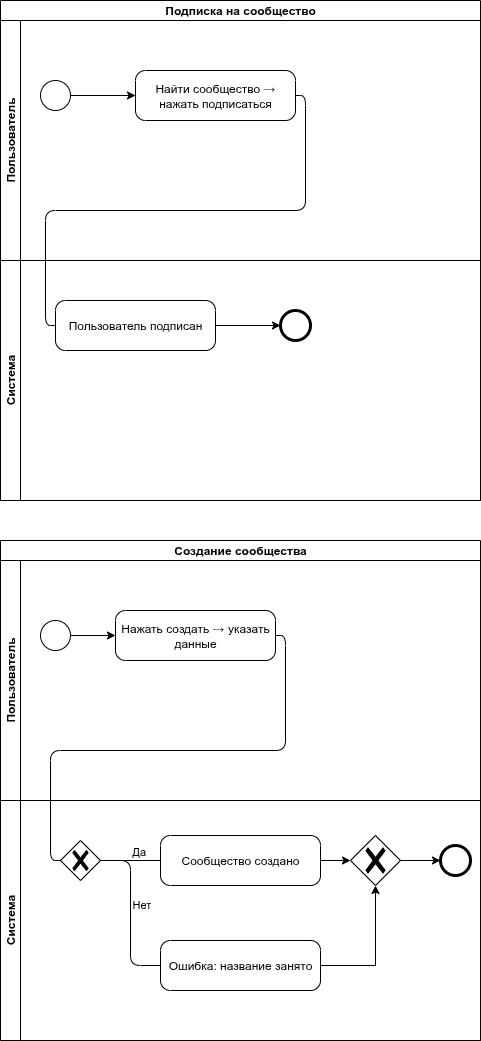
Deumir404/diploma keeps this draw.io diagram as Charts/IDEF0/Untitled Diagram-Page-6.drawio.png. Above is the earlier version. Source tidied: cells renumbered, new cells last; positions are measured from the earlier drawing's top-left corner, leaving out a move shared by most shapes. Source of this version:
```xml
<mxGraphModel>
  <root>
    <mxCell id="0" />
    <mxCell id="1" parent="0" />
    <mxCell id="2" value="Подписка на сообщество" style="swimlane;html=1;horizontal=1;startSize=20;whiteSpace=wrap;" parent="1" vertex="1">
      <mxGeometry width="480" height="500" as="geometry" />
    </mxCell>
    <mxCell id="3" value="Пользователь" style="swimlane;html=1;startSize=20;horizontal=0;" parent="2" vertex="1">
      <mxGeometry y="20" width="480" height="240" as="geometry" />
    </mxCell>
    <mxCell id="4" style="edgeStyle=orthogonalEdgeStyle;rounded=0;jettySize=auto;html=1;exitX=1;exitY=0.5;exitDx=0;exitDy=0;" parent="3" edge="1" source="5" target="6">
      <mxGeometry relative="1" as="geometry" />
    </mxCell>
    <mxCell id="5" style="shape=mxgraph.bpmn.shape;html=1;verticalLabelPosition=bottom;labelBackgroundColor=#ffffff;verticalAlign=top;perimeter=ellipsePerimeter;outlineConnect=0;outline=standard;symbol=general;" parent="3" vertex="1">
      <mxGeometry x="40" y="60" width="30" height="30" as="geometry" />
    </mxCell>
    <mxCell id="6" value="Найти сообщество → нажать подписаться" style="points=[[0.25,0,0],[0.5,0,0],[0.75,0,0],[1,0.25,0],[1,0.5,0],[1,0.75,0],[0.75,1,0],[0.5,1,0],[0.25,1,0],[0,0.75,0],[0,0.5,0],[0,0.25,0]];shape=mxgraph.bpmn.task2;whiteSpace=wrap;rectStyle=rounded;size=10;html=1;taskMarker=abstract;" parent="3" vertex="1">
      <mxGeometry x="135" y="50" width="160" height="50" as="geometry" />
    </mxCell>
    <mxCell id="7" value="Система" style="swimlane;html=1;startSize=20;horizontal=0;" parent="2" vertex="1">
      <mxGeometry y="260" width="480" height="240" as="geometry" />
    </mxCell>
    <mxCell id="8" style="edgeStyle=orthogonalEdgeStyle;rounded=0;jettySize=auto;html=1;exitX=1;exitY=0.5;exitDx=0;exitDy=0;exitPerimeter=0;entryX=0;entryY=0.5;entryDx=0;entryDy=0;" parent="7" edge="1" source="9" target="10">
      <mxGeometry relative="1" as="geometry" />
    </mxCell>
    <mxCell id="9" value="Пользователь подписан" style="points=[[0.25,0,0],[0.5,0,0],[0.75,0,0],[1,0.25,0],[1,0.5,0],[1,0.75,0],[0.75,1,0],[0.5,1,0],[0.25,1,0],[0,0.75,0],[0,0.5,0],[0,0.25,0]];shape=mxgraph.bpmn.task2;whiteSpace=wrap;rectStyle=rounded;size=10;html=1;taskMarker=abstract;" parent="7" vertex="1">
      <mxGeometry x="55" y="40" width="160" height="50" as="geometry" />
    </mxCell>
    <mxCell id="10" style="shape=mxgraph.bpmn.shape;html=1;verticalLabelPosition=bottom;labelBackgroundColor=#ffffff;verticalAlign=top;perimeter=ellipsePerimeter;outlineConnect=0;outline=end;symbol=general;" parent="7" vertex="1">
      <mxGeometry x="280" y="50" width="30" height="30" as="geometry" />
    </mxCell>
    <mxCell id="11" style="edgeStyle=orthogonalEdgeStyle;html=1;verticalAlign=bottom;endArrow=none;endSize=12;exitX=1;exitY=0.5;entryX=0;entryY=0.5;entryDx=0;entryDy=0;entryPerimeter=0;" parent="2" edge="1" source="6" target="9">
      <mxGeometry relative="1" as="geometry" />
    </mxCell>
    <mxCell id="12" value="Создание сообщества" style="swimlane;html=1;horizontal=1;startSize=20;whiteSpace=wrap;" parent="1" vertex="1">
      <mxGeometry y="540" width="480" height="500" as="geometry" />
    </mxCell>
    <mxCell id="13" value="Пользователь" style="swimlane;html=1;startSize=20;horizontal=0;" parent="12" vertex="1">
      <mxGeometry y="20" width="480" height="240" as="geometry" />
    </mxCell>
    <mxCell id="14" style="edgeStyle=orthogonalEdgeStyle;rounded=0;jettySize=auto;html=1;exitX=1;exitY=0.5;exitDx=0;exitDy=0;" parent="13" edge="1" source="15" target="16">
      <mxGeometry relative="1" as="geometry" />
    </mxCell>
    <mxCell id="15" style="shape=mxgraph.bpmn.shape;html=1;verticalLabelPosition=bottom;labelBackgroundColor=#ffffff;verticalAlign=top;perimeter=ellipsePerimeter;outlineConnect=0;outline=standard;symbol=general;" parent="13" vertex="1">
      <mxGeometry x="40" y="60" width="30" height="30" as="geometry" />
    </mxCell>
    <mxCell id="16" value="Нажать создать → указать данные" style="points=[[0.25,0,0],[0.5,0,0],[0.75,0,0],[1,0.25,0],[1,0.5,0],[1,0.75,0],[0.75,1,0],[0.5,1,0],[0.25,1,0],[0,0.75,0],[0,0.5,0],[0,0.25,0]];shape=mxgraph.bpmn.task2;whiteSpace=wrap;rectStyle=rounded;size=10;html=1;taskMarker=abstract;" parent="13" vertex="1">
      <mxGeometry x="115" y="50" width="160" height="50" as="geometry" />
    </mxCell>
    <mxCell id="17" value="Система" style="swimlane;html=1;startSize=20;horizontal=0;" parent="12" vertex="1">
      <mxGeometry y="260" width="480" height="240" as="geometry" />
    </mxCell>
    <mxCell id="18" style="shape=mxgraph.bpmn.gateway2;html=1;verticalLabelPosition=bottom;labelBackgroundColor=#ffffff;verticalAlign=top;background=general;points=[[0.25,0.25,0],[0.5,0,0],[0.75,0.25,0],[1,0.5,0],[0.75,0.75,0],[0.5,1,0],[0.25,0.75,0],[0,0.5,0]];perimeter=rhombusPerimeter;outlineConnect=0;outline=none;symbol=none;gwType=exclusive;" parent="17" vertex="1">
      <mxGeometry x="60" y="40" width="40" height="40" as="geometry" />
    </mxCell>
    <mxCell id="19" value="Сообщество создано" style="points=[[0.25,0,0],[0.5,0,0],[0.75,0,0],[1,0.25,0],[1,0.5,0],[1,0.75,0],[0.75,1,0],[0.5,1,0],[0.25,1,0],[0,0.75,0],[0,0.5,0],[0,0.25,0]];shape=mxgraph.bpmn.task2;whiteSpace=wrap;rectStyle=rounded;size=10;html=1;taskMarker=abstract;" parent="17" vertex="1">
      <mxGeometry x="160" y="35" width="160" height="50" as="geometry" />
    </mxCell>
    <mxCell id="20" value="Ошибка: название занято" style="points=[[0.25,0,0],[0.5,0,0],[0.75,0,0],[1,0.25,0],[1,0.5,0],[1,0.75,0],[0.75,1,0],[0.5,1,0],[0.25,1,0],[0,0.75,0],[0,0.5,0],[0,0.25,0]];shape=mxgraph.bpmn.task2;whiteSpace=wrap;rectStyle=rounded;size=10;html=1;taskMarker=abstract;" parent="17" vertex="1">
      <mxGeometry x="160" y="140" width="160" height="50" as="geometry" />
    </mxCell>
    <mxCell id="21" style="shape=mxgraph.bpmn.shape;html=1;verticalLabelPosition=bottom;labelBackgroundColor=#ffffff;verticalAlign=top;perimeter=ellipsePerimeter;outlineConnect=0;outline=end;symbol=general;" parent="17" vertex="1">
      <mxGeometry x="440" y="45" width="30" height="30" as="geometry" />
    </mxCell>
    <mxCell id="22" value="Да" style="edgeStyle=orthogonalEdgeStyle;html=1;align=left;verticalAlign=bottom;endArrow=none;endSize=12;exitX=1;exitY=0.5;entryX=0;entryY=0.5;" parent="17" edge="1" source="18" target="19">
      <mxGeometry relative="1" as="geometry" />
    </mxCell>
    <mxCell id="23" value="Нет" style="edgeStyle=orthogonalEdgeStyle;html=1;align=left;verticalAlign=bottom;endArrow=none;endSize=12;exitX=1;exitY=0.5;entryX=0;entryY=0.5;" parent="17" edge="1" source="18" target="20">
      <mxGeometry relative="1" as="geometry" />
    </mxCell>
    <mxCell id="24" style="edgeStyle=orthogonalEdgeStyle;rounded=0;jettySize=auto;html=1;exitX=1;exitY=0.5;exitDx=0;exitDy=0;exitPerimeter=0;entryX=0;entryY=0.5;entryDx=0;entryDy=0;" parent="17" edge="1" source="25" target="21">
      <mxGeometry relative="1" as="geometry" />
    </mxCell>
    <mxCell id="25" style="points=[[0.25,0.25,0],[0.5,0,0],[0.75,0.25,0],[1,0.5,0],[0.75,0.75,0],[0.5,1,0],[0.25,0.75,0],[0,0.5,0]];shape=mxgraph.bpmn.gateway2;html=1;verticalLabelPosition=bottom;labelBackgroundColor=#ffffff;verticalAlign=top;align=center;perimeter=rhombusPerimeter;outlineConnect=0;outline=none;symbol=none;gwType=exclusive;" parent="17" vertex="1">
      <mxGeometry x="350" y="35" width="50" height="50" as="geometry" />
    </mxCell>
    <mxCell id="26" style="edgeStyle=orthogonalEdgeStyle;rounded=0;jettySize=auto;html=1;exitX=1;exitY=0.5;exitDx=0;exitDy=0;exitPerimeter=0;entryX=0;entryY=0.5;entryDx=0;entryDy=0;entryPerimeter=0;" parent="17" edge="1" source="19" target="25">
      <mxGeometry relative="1" as="geometry" />
    </mxCell>
    <mxCell id="27" style="edgeStyle=orthogonalEdgeStyle;rounded=0;jettySize=auto;html=1;exitX=1;exitY=0.5;exitDx=0;exitDy=0;exitPerimeter=0;entryX=0.5;entryY=1;entryDx=0;entryDy=0;entryPerimeter=0;" parent="17" edge="1" source="20" target="25">
      <mxGeometry relative="1" as="geometry" />
    </mxCell>
    <mxCell id="28" style="edgeStyle=orthogonalEdgeStyle;html=1;verticalAlign=bottom;endArrow=none;endSize=12;exitX=1;exitY=0.5;entryX=0;entryY=0.5;" parent="12" edge="1" source="16" target="18">
      <mxGeometry relative="1" as="geometry" />
    </mxCell>
  </root>
</mxGraphModel>
```
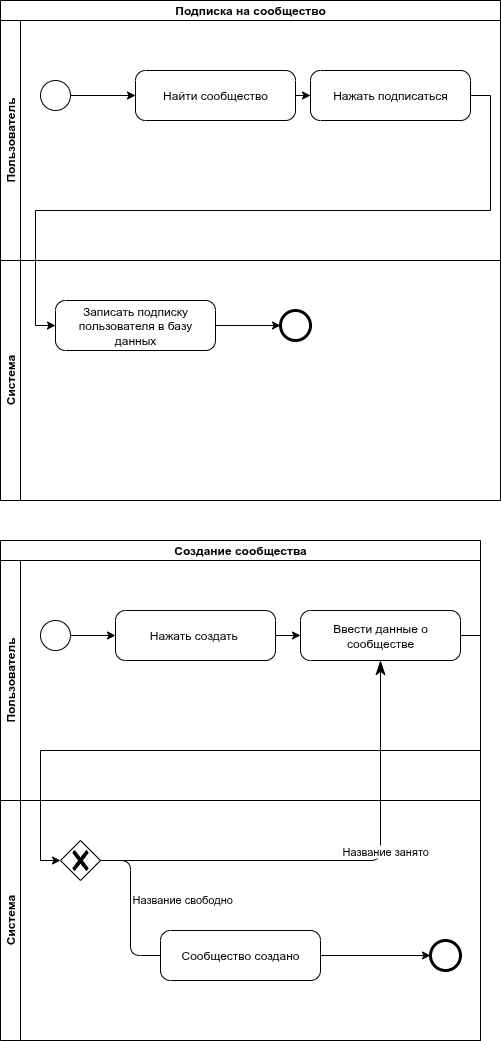
Above is the later version.

Change to the diagram source:
```diff
@@ -3,10 +3,10 @@
     <mxCell id="0" />
     <mxCell id="1" parent="0" />
     <mxCell id="2" value="Подписка на сообщество" style="swimlane;html=1;horizontal=1;startSize=20;whiteSpace=wrap;" parent="1" vertex="1">
-      <mxGeometry width="480" height="500" as="geometry" />
+      <mxGeometry width="500" height="500" as="geometry" />
     </mxCell>
     <mxCell id="3" value="Пользователь" style="swimlane;html=1;startSize=20;horizontal=0;" parent="2" vertex="1">
-      <mxGeometry y="20" width="480" height="240" as="geometry" />
+      <mxGeometry y="20" width="500" height="240" as="geometry" />
     </mxCell>
     <mxCell id="4" style="edgeStyle=orthogonalEdgeStyle;rounded=0;jettySize=auto;html=1;exitX=1;exitY=0.5;exitDx=0;exitDy=0;" parent="3" edge="1" source="5" target="6">
       <mxGeometry relative="1" as="geometry" />
@@ -14,24 +14,32 @@
     <mxCell id="5" style="shape=mxgraph.bpmn.shape;html=1;verticalLabelPosition=bottom;labelBackgroundColor=#ffffff;verticalAlign=top;perimeter=ellipsePerimeter;outlineConnect=0;outline=standard;symbol=general;" parent="3" vertex="1">
       <mxGeometry x="40" y="60" width="30" height="30" as="geometry" />
     </mxCell>
+    <mxCell id="29" style="edgeStyle=orthogonalEdgeStyle;rounded=0;jettySize=auto;html=1;exitX=1;exitY=0.5;exitDx=0;exitDy=0;exitPerimeter=0;" parent="3" edge="1" source="6" target="30">
+      <mxGeometry relative="1" as="geometry" />
+    </mxCell>
-    <mxCell id="6" value="Найти сообщество → нажать подписаться" style="points=[[0.25,0,0],[0.5,0,0],[0.75,0,0],[1,0.25,0],[1,0.5,0],[1,0.75,0],[0.75,1,0],[0.5,1,0],[0.25,1,0],[0,0.75,0],[0,0.5,0],[0,0.25,0]];shape=mxgraph.bpmn.task2;whiteSpace=wrap;rectStyle=rounded;size=10;html=1;taskMarker=abstract;" parent="3" vertex="1">
+    <mxCell id="6" value="Найти сообщество" style="points=[[0.25,0,0],[0.5,0,0],[0.75,0,0],[1,0.25,0],[1,0.5,0],[1,0.75,0],[0.75,1,0],[0.5,1,0],[0.25,1,0],[0,0.75,0],[0,0.5,0],[0,0.25,0]];shape=mxgraph.bpmn.task2;whiteSpace=wrap;rectStyle=rounded;size=10;html=1;taskMarker=abstract;" parent="3" vertex="1">
       <mxGeometry x="135" y="50" width="160" height="50" as="geometry" />
     </mxCell>
+    <mxCell id="30" value="Нажать подписаться" style="points=[[0.25,0,0],[0.5,0,0],[0.75,0,0],[1,0.25,0],[1,0.5,0],[1,0.75,0],[0.75,1,0],[0.5,1,0],[0.25,1,0],[0,0.75,0],[0,0.5,0],[0,0.25,0]];shape=mxgraph.bpmn.task2;whiteSpace=wrap;rectStyle=rounded;size=10;html=1;taskMarker=abstract;" parent="3" vertex="1">
+      <mxGeometry x="310" y="50" width="160" height="50" as="geometry" />
+    </mxCell>
     <mxCell id="7" value="Система" style="swimlane;html=1;startSize=20;horizontal=0;" parent="2" vertex="1">
-      <mxGeometry y="260" width="480" height="240" as="geometry" />
+      <mxGeometry y="260" width="500" height="240" as="geometry" />
     </mxCell>
-    <mxCell id="8" style="edgeStyle=orthogonalEdgeStyle;rounded=0;jettySize=auto;html=1;exitX=1;exitY=0.5;exitDx=0;exitDy=0;exitPerimeter=0;entryX=0;entryY=0.5;entryDx=0;entryDy=0;" parent="7" edge="1" source="9" target="10">
-      <mxGeometry relative="1" as="geometry" />
+    <mxCell id="8" style="edgeStyle=orthogonalEdgeStyle;rounded=0;jettySize=auto;html=1;exitX=1;exitY=0.5;exitDx=0;exitDy=0;exitPerimeter=0;entryX=0;entryY=0.5;entryDx=0;entryDy=0;" parent="7" edge="1" target="10">
+      <mxGeometry relative="1" as="geometry">
+        <mxPoint x="215" y="65" as="sourcePoint" />
+      </mxGeometry>
     </mxCell>
-    <mxCell id="9" value="Пользователь подписан" style="points=[[0.25,0,0],[0.5,0,0],[0.75,0,0],[1,0.25,0],[1,0.5,0],[1,0.75,0],[0.75,1,0],[0.5,1,0],[0.25,1,0],[0,0.75,0],[0,0.5,0],[0,0.25,0]];shape=mxgraph.bpmn.task2;whiteSpace=wrap;rectStyle=rounded;size=10;html=1;taskMarker=abstract;" parent="7" vertex="1">
-      <mxGeometry x="55" y="40" width="160" height="50" as="geometry" />
-    </mxCell>
     <mxCell id="10" style="shape=mxgraph.bpmn.shape;html=1;verticalLabelPosition=bottom;labelBackgroundColor=#ffffff;verticalAlign=top;perimeter=ellipsePerimeter;outlineConnect=0;outline=end;symbol=general;" parent="7" vertex="1">
       <mxGeometry x="280" y="50" width="30" height="30" as="geometry" />
     </mxCell>
-    <mxCell id="11" style="edgeStyle=orthogonalEdgeStyle;html=1;verticalAlign=bottom;endArrow=none;endSize=12;exitX=1;exitY=0.5;entryX=0;entryY=0.5;entryDx=0;entryDy=0;entryPerimeter=0;" parent="2" edge="1" source="6" target="9">
-      <mxGeometry relative="1" as="geometry" />
-    </mxCell>
+    <mxCell id="31" value="Записать подписку пользователя в базу данных" style="points=[[0.25,0,0],[0.5,0,0],[0.75,0,0],[1,0.25,0],[1,0.5,0],[1,0.75,0],[0.75,1,0],[0.5,1,0],[0.25,1,0],[0,0.75,0],[0,0.5,0],[0,0.25,0]];shape=mxgraph.bpmn.task2;whiteSpace=wrap;rectStyle=rounded;size=10;html=1;taskMarker=abstract;" parent="7" vertex="1">
+      <mxGeometry x="55" y="40" width="160" height="50" as="geometry" />
+    </mxCell>
+    <mxCell id="32" style="edgeStyle=orthogonalEdgeStyle;rounded=0;jettySize=auto;html=1;exitX=1;exitY=0.5;exitDx=0;exitDy=0;exitPerimeter=0;entryX=0;entryY=0.5;entryDx=0;entryDy=0;entryPerimeter=0;" parent="2" edge="1" source="30" target="31">
+      <mxGeometry relative="1" as="geometry" />
+    </mxCell>
     <mxCell id="12" value="Создание сообщества" style="swimlane;html=1;horizontal=1;startSize=20;whiteSpace=wrap;" parent="1" vertex="1">
       <mxGeometry y="540" width="480" height="500" as="geometry" />
     </mxCell>
@@ -44,44 +52,38 @@
     <mxCell id="15" style="shape=mxgraph.bpmn.shape;html=1;verticalLabelPosition=bottom;labelBackgroundColor=#ffffff;verticalAlign=top;perimeter=ellipsePerimeter;outlineConnect=0;outline=standard;symbol=general;" parent="13" vertex="1">
       <mxGeometry x="40" y="60" width="30" height="30" as="geometry" />
     </mxCell>
-    <mxCell id="16" value="Нажать создать → указать данные" style="points=[[0.25,0,0],[0.5,0,0],[0.75,0,0],[1,0.25,0],[1,0.5,0],[1,0.75,0],[0.75,1,0],[0.5,1,0],[0.25,1,0],[0,0.75,0],[0,0.5,0],[0,0.25,0]];shape=mxgraph.bpmn.task2;whiteSpace=wrap;rectStyle=rounded;size=10;html=1;taskMarker=abstract;" parent="13" vertex="1">
+    <mxCell id="16" value="Нажать создать&amp;nbsp;" style="points=[[0.25,0,0],[0.5,0,0],[0.75,0,0],[1,0.25,0],[1,0.5,0],[1,0.75,0],[0.75,1,0],[0.5,1,0],[0.25,1,0],[0,0.75,0],[0,0.5,0],[0,0.25,0]];shape=mxgraph.bpmn.task2;whiteSpace=wrap;rectStyle=rounded;size=10;html=1;taskMarker=abstract;" parent="13" vertex="1">
       <mxGeometry x="115" y="50" width="160" height="50" as="geometry" />
     </mxCell>
+    <mxCell id="33" value="Ввести данные о сообществе" style="points=[[0.25,0,0],[0.5,0,0],[0.75,0,0],[1,0.25,0],[1,0.5,0],[1,0.75,0],[0.75,1,0],[0.5,1,0],[0.25,1,0],[0,0.75,0],[0,0.5,0],[0,0.25,0]];shape=mxgraph.bpmn.task2;whiteSpace=wrap;rectStyle=rounded;size=10;html=1;taskMarker=abstract;" parent="13" vertex="1">
+      <mxGeometry x="300" y="50" width="160" height="50" as="geometry" />
+    </mxCell>
+    <mxCell id="34" style="edgeStyle=orthogonalEdgeStyle;rounded=0;jettySize=auto;html=1;exitX=1;exitY=0.5;exitDx=0;exitDy=0;exitPerimeter=0;entryX=0;entryY=0.5;entryDx=0;entryDy=0;entryPerimeter=0;" parent="13" edge="1" source="16" target="33">
+      <mxGeometry relative="1" as="geometry" />
+    </mxCell>
     <mxCell id="17" value="Система" style="swimlane;html=1;startSize=20;horizontal=0;" parent="12" vertex="1">
       <mxGeometry y="260" width="480" height="240" as="geometry" />
     </mxCell>
     <mxCell id="18" style="shape=mxgraph.bpmn.gateway2;html=1;verticalLabelPosition=bottom;labelBackgroundColor=#ffffff;verticalAlign=top;background=general;points=[[0.25,0.25,0],[0.5,0,0],[0.75,0.25,0],[1,0.5,0],[0.75,0.75,0],[0.5,1,0],[0.25,0.75,0],[0,0.5,0]];perimeter=rhombusPerimeter;outlineConnect=0;outline=none;symbol=none;gwType=exclusive;" parent="17" vertex="1">
       <mxGeometry x="60" y="40" width="40" height="40" as="geometry" />
     </mxCell>
+    <mxCell id="35" style="edgeStyle=orthogonalEdgeStyle;rounded=0;jettySize=auto;html=1;exitX=1;exitY=0.5;exitDx=0;exitDy=0;exitPerimeter=0;entryX=0;entryY=0.5;entryDx=0;entryDy=0;" parent="17" edge="1" source="19" target="21">
+      <mxGeometry relative="1" as="geometry" />
+    </mxCell>
     <mxCell id="19" value="Сообщество создано" style="points=[[0.25,0,0],[0.5,0,0],[0.75,0,0],[1,0.25,0],[1,0.5,0],[1,0.75,0],[0.75,1,0],[0.5,1,0],[0.25,1,0],[0,0.75,0],[0,0.5,0],[0,0.25,0]];shape=mxgraph.bpmn.task2;whiteSpace=wrap;rectStyle=rounded;size=10;html=1;taskMarker=abstract;" parent="17" vertex="1">
-      <mxGeometry x="160" y="35" width="160" height="50" as="geometry" />
+      <mxGeometry x="160" y="130" width="160" height="50" as="geometry" />
     </mxCell>
-    <mxCell id="20" value="Ошибка: название занято" style="points=[[0.25,0,0],[0.5,0,0],[0.75,0,0],[1,0.25,0],[1,0.5,0],[1,0.75,0],[0.75,1,0],[0.5,1,0],[0.25,1,0],[0,0.75,0],[0,0.5,0],[0,0.25,0]];shape=mxgraph.bpmn.task2;whiteSpace=wrap;rectStyle=rounded;size=10;html=1;taskMarker=abstract;" parent="17" vertex="1">
-      <mxGeometry x="160" y="140" width="160" height="50" as="geometry" />
-    </mxCell>
     <mxCell id="21" style="shape=mxgraph.bpmn.shape;html=1;verticalLabelPosition=bottom;labelBackgroundColor=#ffffff;verticalAlign=top;perimeter=ellipsePerimeter;outlineConnect=0;outline=end;symbol=general;" parent="17" vertex="1">
-      <mxGeometry x="440" y="45" width="30" height="30" as="geometry" />
+      <mxGeometry x="430" y="140" width="30" height="30" as="geometry" />
     </mxCell>
-    <mxCell id="22" value="Да" style="edgeStyle=orthogonalEdgeStyle;html=1;align=left;verticalAlign=bottom;endArrow=none;endSize=12;exitX=1;exitY=0.5;entryX=0;entryY=0.5;" parent="17" edge="1" source="18" target="19">
+    <mxCell id="22" value="Название свободно" style="edgeStyle=orthogonalEdgeStyle;html=1;align=left;verticalAlign=bottom;endArrow=none;endSize=12;exitX=1;exitY=0.5;entryX=0;entryY=0.5;" parent="17" edge="1" source="18" target="19">
       <mxGeometry relative="1" as="geometry" />
     </mxCell>
+    <mxCell id="36" style="edgeStyle=orthogonalEdgeStyle;rounded=0;jettySize=auto;html=1;exitX=1;exitY=0.5;exitDx=0;exitDy=0;exitPerimeter=0;entryX=0;entryY=0.5;entryDx=0;entryDy=0;entryPerimeter=0;" parent="12" edge="1" source="33" target="18">
+      <mxGeometry relative="1" as="geometry" />
+    </mxCell>
-    <mxCell id="23" value="Нет" style="edgeStyle=orthogonalEdgeStyle;html=1;align=left;verticalAlign=bottom;endArrow=none;endSize=12;exitX=1;exitY=0.5;entryX=0;entryY=0.5;" parent="17" edge="1" source="18" target="20">
+    <mxCell id="23" value="Название занято" style="edgeStyle=orthogonalEdgeStyle;html=1;align=left;verticalAlign=bottom;endArrow=classicThin;endSize=12;exitX=1;exitY=0.5;entryX=0.5;entryY=1;entryDx=0;entryDy=0;entryPerimeter=0;endFill=1;" parent="12" edge="1" source="18" target="33">
       <mxGeometry relative="1" as="geometry" />
     </mxCell>
-    <mxCell id="24" style="edgeStyle=orthogonalEdgeStyle;rounded=0;jettySize=auto;html=1;exitX=1;exitY=0.5;exitDx=0;exitDy=0;exitPerimeter=0;entryX=0;entryY=0.5;entryDx=0;entryDy=0;" parent="17" edge="1" source="25" target="21">
-      <mxGeometry relative="1" as="geometry" />
-    </mxCell>
-    <mxCell id="25" style="points=[[0.25,0.25,0],[0.5,0,0],[0.75,0.25,0],[1,0.5,0],[0.75,0.75,0],[0.5,1,0],[0.25,0.75,0],[0,0.5,0]];shape=mxgraph.bpmn.gateway2;html=1;verticalLabelPosition=bottom;labelBackgroundColor=#ffffff;verticalAlign=top;align=center;perimeter=rhombusPerimeter;outlineConnect=0;outline=none;symbol=none;gwType=exclusive;" parent="17" vertex="1">
-      <mxGeometry x="350" y="35" width="50" height="50" as="geometry" />
-    </mxCell>
-    <mxCell id="26" style="edgeStyle=orthogonalEdgeStyle;rounded=0;jettySize=auto;html=1;exitX=1;exitY=0.5;exitDx=0;exitDy=0;exitPerimeter=0;entryX=0;entryY=0.5;entryDx=0;entryDy=0;entryPerimeter=0;" parent="17" edge="1" source="19" target="25">
-      <mxGeometry relative="1" as="geometry" />
-    </mxCell>
-    <mxCell id="27" style="edgeStyle=orthogonalEdgeStyle;rounded=0;jettySize=auto;html=1;exitX=1;exitY=0.5;exitDx=0;exitDy=0;exitPerimeter=0;entryX=0.5;entryY=1;entryDx=0;entryDy=0;entryPerimeter=0;" parent="17" edge="1" source="20" target="25">
-      <mxGeometry relative="1" as="geometry" />
-    </mxCell>
-    <mxCell id="28" style="edgeStyle=orthogonalEdgeStyle;html=1;verticalAlign=bottom;endArrow=none;endSize=12;exitX=1;exitY=0.5;entryX=0;entryY=0.5;" parent="12" edge="1" source="16" target="18">
-      <mxGeometry relative="1" as="geometry" />
-    </mxCell>
   </root>
 </mxGraphModel>
```
